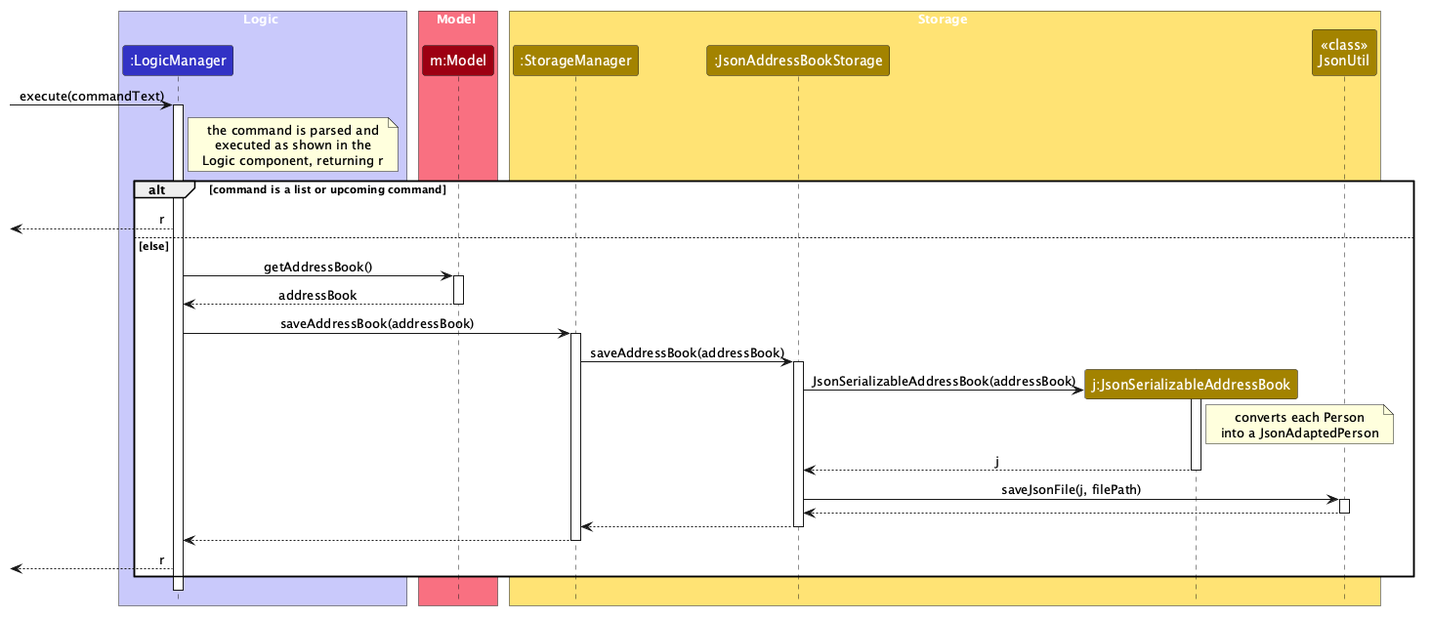
This is docs/images/PersistenceSequenceDiagram.png from 24JonW/tp, a PlantUML export, as it was before one commit. Source of this version:
```plantuml
@startuml
!include style.puml
skinparam ArrowFontStyle plain

box Logic LOGIC_COLOR_T1
participant ":LogicManager" as LogicManager LOGIC_COLOR
end box

box Model MODEL_COLOR_T1
participant "m:Model" as Model MODEL_COLOR
end box

box Storage STORAGE_COLOR_T1
participant ":StorageManager" as StorageManager STORAGE_COLOR
participant ":JsonAddressBookStorage" as JsonAddressBookStorage STORAGE_COLOR
participant "j:JsonSerializableAddressBook" as JsonSerializableAddressBook STORAGE_COLOR
participant "<<class>>\nJsonUtil" as JsonUtil STORAGE_COLOR
end box

[-> LogicManager : execute(commandText)
activate LogicManager

note right of LogicManager : the command is parsed and\nexecuted as shown in the\nLogic component, returning r

alt command is a list or upcoming command
    [<-- LogicManager : r
else else
    LogicManager -> Model : getAddressBook()
    activate Model
    Model --> LogicManager : addressBook
    deactivate Model

    LogicManager -> StorageManager : saveAddressBook(addressBook)
    activate StorageManager

    StorageManager -> JsonAddressBookStorage : saveAddressBook(addressBook)
    activate JsonAddressBookStorage

    create JsonSerializableAddressBook
    JsonAddressBookStorage -> JsonSerializableAddressBook : JsonSerializableAddressBook(addressBook)
    activate JsonSerializableAddressBook
    note right of JsonSerializableAddressBook : converts each Person\ninto a JsonAdaptedPerson
    JsonSerializableAddressBook --> JsonAddressBookStorage : j
    deactivate JsonSerializableAddressBook

    JsonAddressBookStorage -> JsonUtil : saveJsonFile(j, filePath)
    activate JsonUtil
    JsonUtil --> JsonAddressBookStorage
    deactivate JsonUtil

    JsonAddressBookStorage --> StorageManager
    deactivate JsonAddressBookStorage

    StorageManager --> LogicManager
    deactivate StorageManager

    [<-- LogicManager : r
end
deactivate LogicManager
@enduml
```
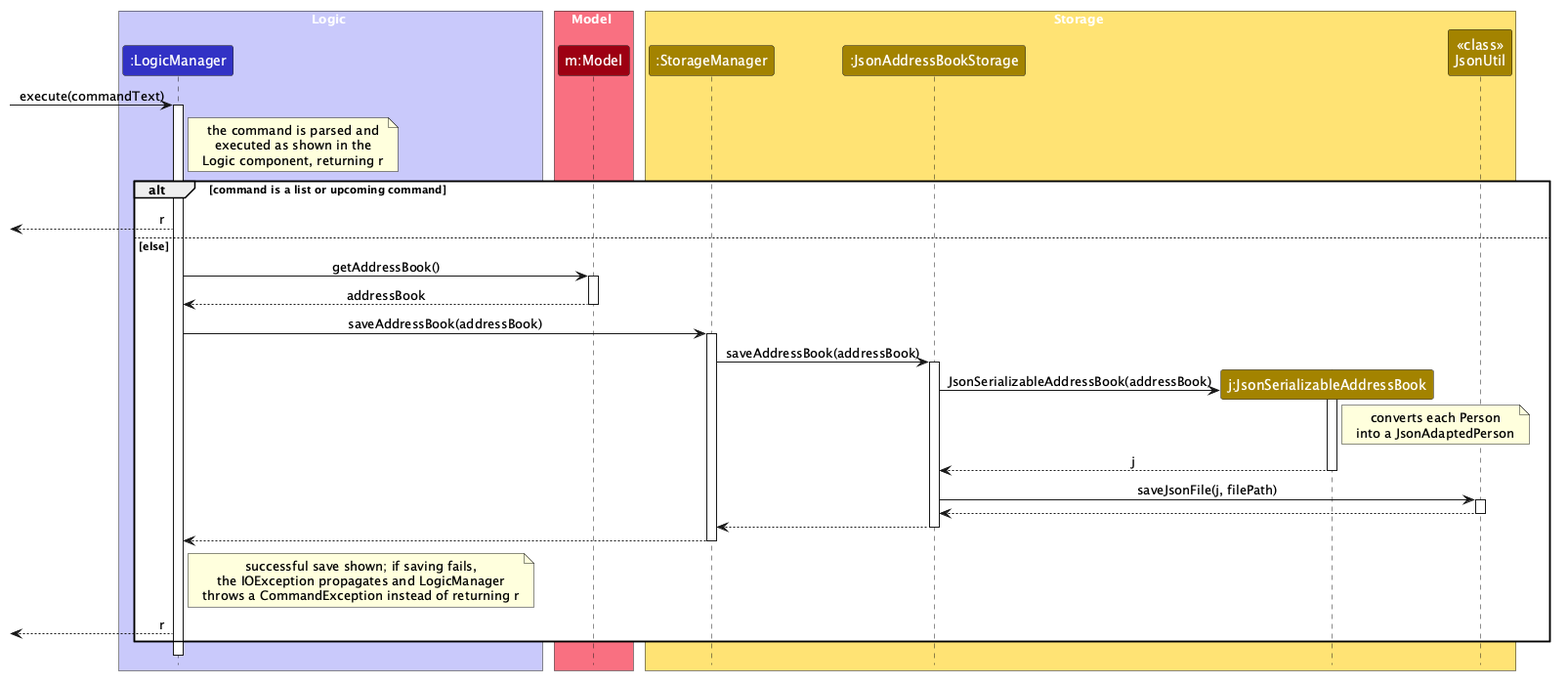
Later version of the same file.

Commit message:
Address review comments on DG Logic, Model and persistence sections

What changed in the source:
```diff
@@ -54,6 +54,8 @@
     StorageManager --> LogicManager
     deactivate StorageManager
 
+    note right of LogicManager : successful save shown; if saving fails,\nthe IOException propagates and LogicManager\nthrows a CommandException instead of returning r
+
     [<-- LogicManager : r
 end
 deactivate LogicManager
```
